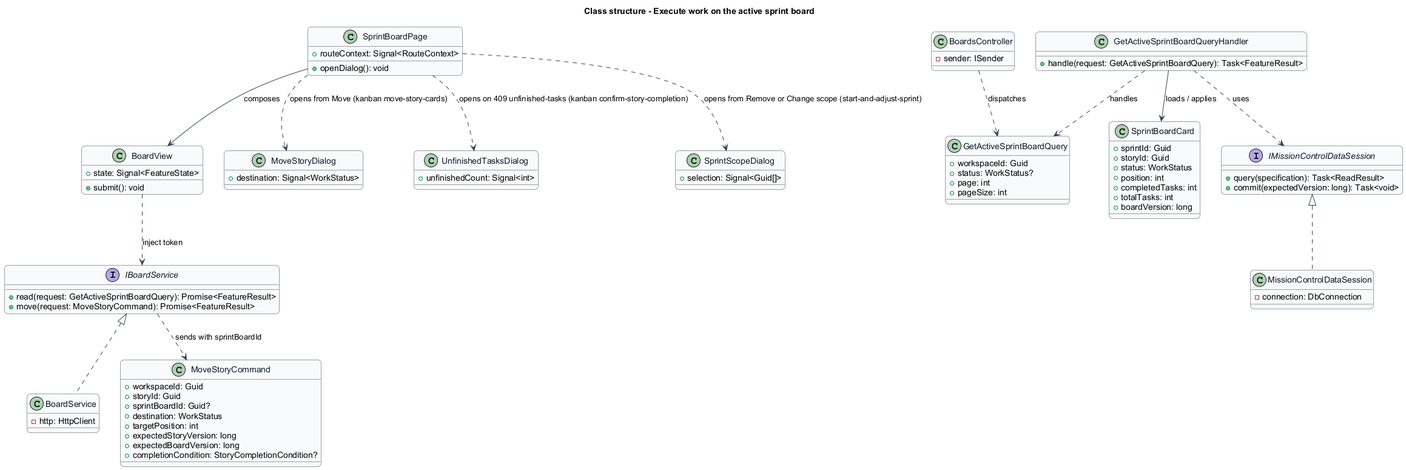
This is docs/detailed-designs/scrum/execute-sprint-work/diagrams/class-structure.png from QuinntyneBrown/mission-control, a PlantUML export, as it was before one commit.
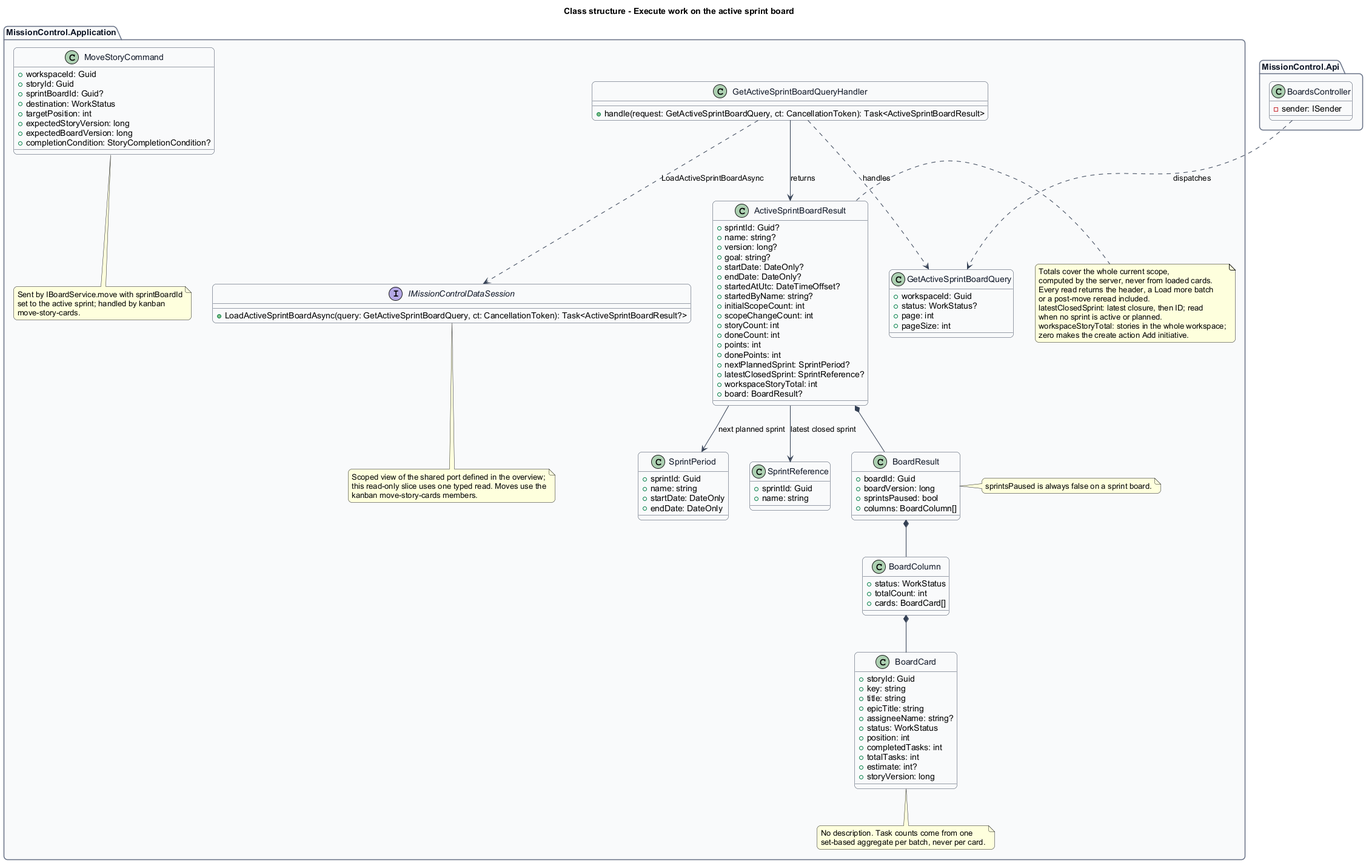
After the commit.

The edit, as a diff of the source:
```diff
@@ -14,84 +14,130 @@
   BackgroundColor #F9FAFB
 }
 title Class structure - Execute work on the active sprint board
+top to bottom direction
 skinparam class {
   BorderColor #344054
   FontColor #101828
   BackgroundColor #F9FAFB
 }
-class SprintBoardPage {
-  +routeContext: Signal<RouteContext>
-  +openDialog(): void
+set separator none
+package "MissionControl.Api" {
+  class BoardsController {
+    -sender: ISender
+  }
 }
-class BoardView {
-  +state: Signal<FeatureState>
-  +submit(): void
-}
-interface IBoardService {
-  +read(request: GetActiveSprintBoardQuery): Promise<FeatureResult>
-  +move(request: MoveStoryCommand): Promise<FeatureResult>
-}
-class BoardService {
-  -http: HttpClient
-}
-class BoardsController {
-  -sender: ISender
-}
-class SprintBoardCard {
-  +sprintId: Guid
-  +storyId: Guid
-  +status: WorkStatus
-  +position: int
-  +completedTasks: int
-  +totalTasks: int
-  +boardVersion: long
-}
-interface IMissionControlDataSession {
-  +query(specification): Task<ReadResult>
-  +commit(expectedVersion: long): Task<void>
-}
-class MissionControlDataSession {
-  -connection: DbConnection
-}
-SprintBoardPage --> BoardView : composes
-BoardView ..> IBoardService : inject token
-IBoardService <|.. BoardService
-IMissionControlDataSession <|.. MissionControlDataSession
-class GetActiveSprintBoardQuery {
-  +workspaceId: Guid
-  +status: WorkStatus?
-  +page: int
-  +pageSize: int
-}
-class GetActiveSprintBoardQueryHandler {
-  +handle(request: GetActiveSprintBoardQuery): Task<FeatureResult>
+package "MissionControl.Application" {
+  class GetActiveSprintBoardQuery {
+    +workspaceId: Guid
+    +status: WorkStatus?
+    +page: int
+    +pageSize: int
+  }
+  class GetActiveSprintBoardQueryHandler {
+    +handle(request: GetActiveSprintBoardQuery, ct: CancellationToken): Task<ActiveSprintBoardResult>
+  }
+  class ActiveSprintBoardResult {
+    +sprintId: Guid?
+    +name: string?
+    +version: long?
+    +goal: string?
+    +startDate: DateOnly?
+    +endDate: DateOnly?
+    +startedAtUtc: DateTimeOffset?
+    +startedByName: string?
+    +initialScopeCount: int
+    +scopeChangeCount: int
+    +storyCount: int
+    +doneCount: int
+    +points: int
+    +donePoints: int
+    +nextPlannedSprint: SprintPeriod?
+    +latestClosedSprint: SprintReference?
+    +workspaceStoryTotal: int
+    +board: BoardResult?
+  }
+  note right of ActiveSprintBoardResult
+    Totals cover the whole current scope,
+    computed by the server, never from loaded cards.
+    Every read returns the header, a Load more batch
+    or a post-move reread included.
+    latestClosedSprint: latest closure, then ID; read
+    when no sprint is active or planned.
+    workspaceStoryTotal: stories in the whole workspace;
+    zero makes the create action Add initiative.
+  end note
+  class SprintPeriod {
+    +sprintId: Guid
+    +name: string
+    +startDate: DateOnly
+    +endDate: DateOnly
+  }
+  class SprintReference {
+    +sprintId: Guid
+    +name: string
+  }
+  class BoardResult {
+    +boardId: Guid
+    +boardVersion: long
+    +sprintsPaused: bool
+    +columns: BoardColumn[]
+  }
+  note right of BoardResult
+    sprintsPaused is always false on a sprint board.
+  end note
+  class BoardColumn {
+    +status: WorkStatus
+    +totalCount: int
+    +cards: BoardCard[]
+  }
+  class BoardCard {
+    +storyId: Guid
+    +key: string
+    +title: string
+    +epicTitle: string
+    +assigneeName: string?
+    +status: WorkStatus
+    +position: int
+    +completedTasks: int
+    +totalTasks: int
+    +estimate: int?
+    +storyVersion: long
+  }
+  note bottom of BoardCard
+    No description. Task counts come from one
+    set-based aggregate per batch, never per card.
+  end note
+  class MoveStoryCommand {
+    +workspaceId: Guid
+    +storyId: Guid
+    +sprintBoardId: Guid?
+    +destination: WorkStatus
+    +targetPosition: int
+    +expectedStoryVersion: long
+    +expectedBoardVersion: long
+    +completionCondition: StoryCompletionCondition?
+  }
+  note bottom of MoveStoryCommand
+    Sent by IBoardService.move with sprintBoardId
+    set to the active sprint; handled by kanban
+    move-story-cards.
+  end note
+  interface IMissionControlDataSession {
+    +LoadActiveSprintBoardAsync(query: GetActiveSprintBoardQuery, ct: CancellationToken): Task<ActiveSprintBoardResult?>
+  }
+  note bottom of IMissionControlDataSession
+    Scoped view of the shared port defined in the overview;
+    this read-only slice uses one typed read. Moves use the
+    kanban move-story-cards members.
+  end note
 }
 BoardsController ..> GetActiveSprintBoardQuery : dispatches
 GetActiveSprintBoardQueryHandler ..> GetActiveSprintBoardQuery : handles
-GetActiveSprintBoardQueryHandler --> SprintBoardCard : loads / applies
-GetActiveSprintBoardQueryHandler ..> IMissionControlDataSession : uses
-class MoveStoryCommand {
-  +workspaceId: Guid
-  +storyId: Guid
-  +sprintBoardId: Guid?
-  +destination: WorkStatus
-  +targetPosition: int
-  +expectedStoryVersion: long
-  +expectedBoardVersion: long
-  +completionCondition: StoryCompletionCondition?
-}
-class MoveStoryDialog {
-  +destination: Signal<WorkStatus>
-}
-class UnfinishedTasksDialog {
-  +unfinishedCount: Signal<int>
-}
-class SprintScopeDialog {
-  +selection: Signal<Guid[]>
-}
-IBoardService ..> MoveStoryCommand : sends with sprintBoardId
-SprintBoardPage ..> MoveStoryDialog : opens from Move (kanban move-story-cards)
-SprintBoardPage ..> UnfinishedTasksDialog : opens on 409 unfinished-tasks (kanban confirm-story-completion)
-SprintBoardPage ..> SprintScopeDialog : opens from Remove or Change scope (start-and-adjust-sprint)
-
+GetActiveSprintBoardQueryHandler --> ActiveSprintBoardResult : returns
+GetActiveSprintBoardQueryHandler ..> IMissionControlDataSession : LoadActiveSprintBoardAsync
+ActiveSprintBoardResult --> SprintPeriod : next planned sprint
+ActiveSprintBoardResult --> SprintReference : latest closed sprint
+ActiveSprintBoardResult *-- BoardResult
+BoardResult *-- BoardColumn
+BoardColumn *-- BoardCard
 @enduml
```
